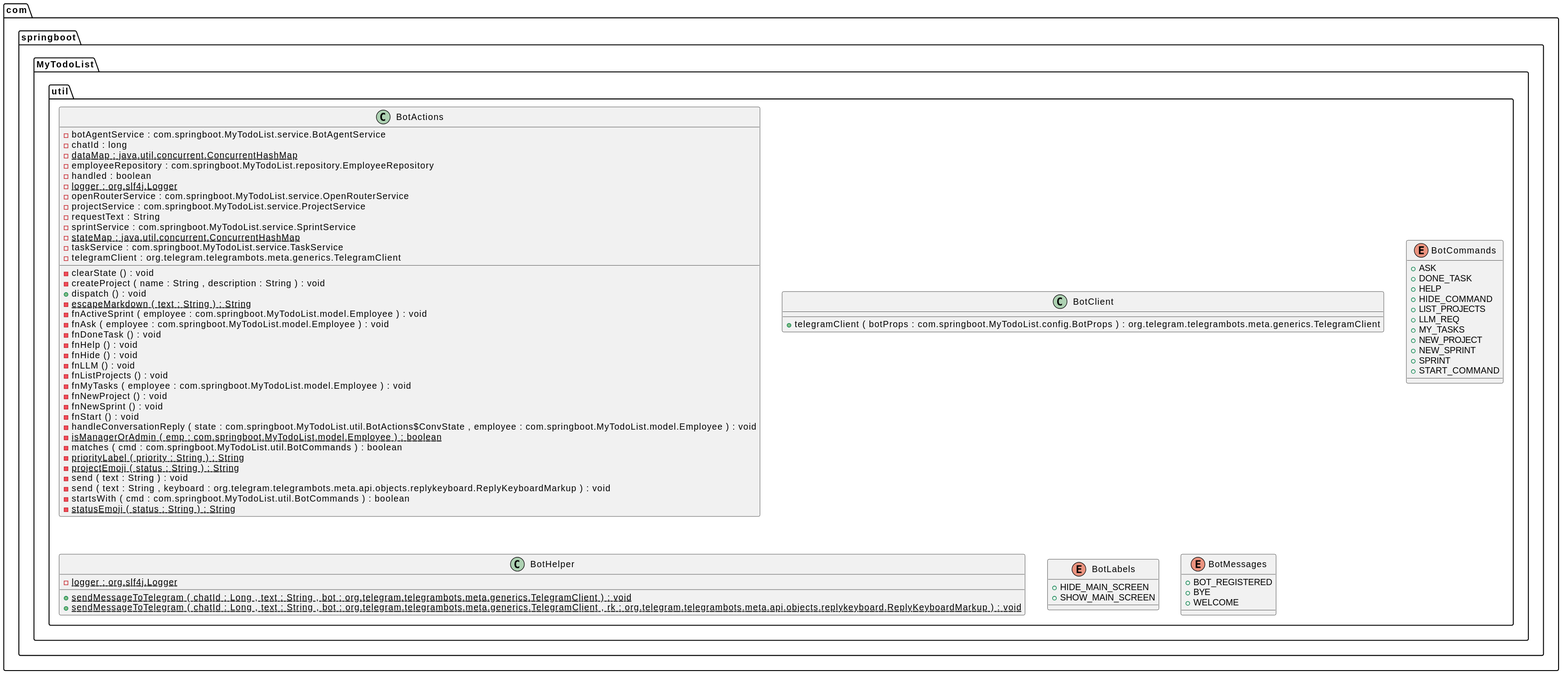
Above: docs/diagrams/util.svg in DaifMX/ITESM_Oracle_OCI (PlantUML), before the change. Its diagram source:
```plantuml
@startuml
class com.springboot.MyTodoList.util.BotActions {
	{field} -botAgentService : com.springboot.MyTodoList.service.BotAgentService
	{field} -chatId : long
	{field} {static} -dataMap : java.util.concurrent.ConcurrentHashMap
	{field} -employeeRepository : com.springboot.MyTodoList.repository.EmployeeRepository
	{field} -handled : boolean
	{field} {static} -logger : org.slf4j.Logger
	{field} -openRouterService : com.springboot.MyTodoList.service.OpenRouterService
	{field} -projectService : com.springboot.MyTodoList.service.ProjectService
	{field} -requestText : String
	{field} -sprintService : com.springboot.MyTodoList.service.SprintService
	{field} {static} -stateMap : java.util.concurrent.ConcurrentHashMap
	{field} -taskService : com.springboot.MyTodoList.service.TaskService
	{field} -telegramClient : org.telegram.telegrambots.meta.generics.TelegramClient
	{method} -clearState () : void
	{method} -createProject ( name : String , description : String ) : void
	{method} +dispatch () : void
	{method}  {static} -escapeMarkdown ( text : String ) : String
	{method} -fnActiveSprint ( employee : com.springboot.MyTodoList.model.Employee ) : void
	{method} -fnAsk ( employee : com.springboot.MyTodoList.model.Employee ) : void
	{method} -fnDoneTask () : void
	{method} -fnHelp () : void
	{method} -fnHide () : void
	{method} -fnLLM () : void
	{method} -fnListProjects () : void
	{method} -fnMyTasks ( employee : com.springboot.MyTodoList.model.Employee ) : void
	{method} -fnNewProject () : void
	{method} -fnNewSprint () : void
	{method} -fnStart () : void
	{method} -handleConversationReply ( state : com.springboot.MyTodoList.util.BotActions$ConvState , employee : com.springboot.MyTodoList.model.Employee ) : void
	{method}  {static} -isManagerOrAdmin ( emp : com.springboot.MyTodoList.model.Employee ) : boolean
	{method} -matches ( cmd : com.springboot.MyTodoList.util.BotCommands ) : boolean
	{method}  {static} -priorityLabel ( priority : String ) : String
	{method}  {static} -projectEmoji ( status : String ) : String
	{method} -send ( text : String ) : void
	{method} -send ( text : String , keyboard : org.telegram.telegrambots.meta.api.objects.replykeyboard.ReplyKeyboardMarkup ) : void
	{method} -startsWith ( cmd : com.springboot.MyTodoList.util.BotCommands ) : boolean
	{method}  {static} -statusEmoji ( status : String ) : String
}


class com.springboot.MyTodoList.util.BotClient {
	{method} +telegramClient ( botProps : com.springboot.MyTodoList.config.BotProps ) : org.telegram.telegrambots.meta.generics.TelegramClient
}


enum com.springboot.MyTodoList.util.BotCommands {
	{field} +ASK
	{field} +DONE_TASK
	{field} +HELP
	{field} +HIDE_COMMAND
	{field} +LIST_PROJECTS
	{field} +LLM_REQ
	{field} +MY_TASKS
	{field} +NEW_PROJECT
	{field} +NEW_SPRINT
	{field} +SPRINT
	{field} +START_COMMAND
}


class com.springboot.MyTodoList.util.BotHelper {
	{field} {static} -logger : org.slf4j.Logger
	{method}  {static} +sendMessageToTelegram ( chatId : Long , text : String , bot : org.telegram.telegrambots.meta.generics.TelegramClient ) : void
	{method}  {static} +sendMessageToTelegram ( chatId : Long , text : String , bot : org.telegram.telegrambots.meta.generics.TelegramClient , rk : org.telegram.telegrambots.meta.api.objects.replykeyboard.ReplyKeyboardMarkup ) : void
}


enum com.springboot.MyTodoList.util.BotLabels {
	{field} +HIDE_MAIN_SCREEN
	{field} +SHOW_MAIN_SCREEN
}


enum com.springboot.MyTodoList.util.BotMessages {
	{field} +BOT_REGISTERED
	{field} +BYE
	{field} +WELCOME
}
@enduml
```
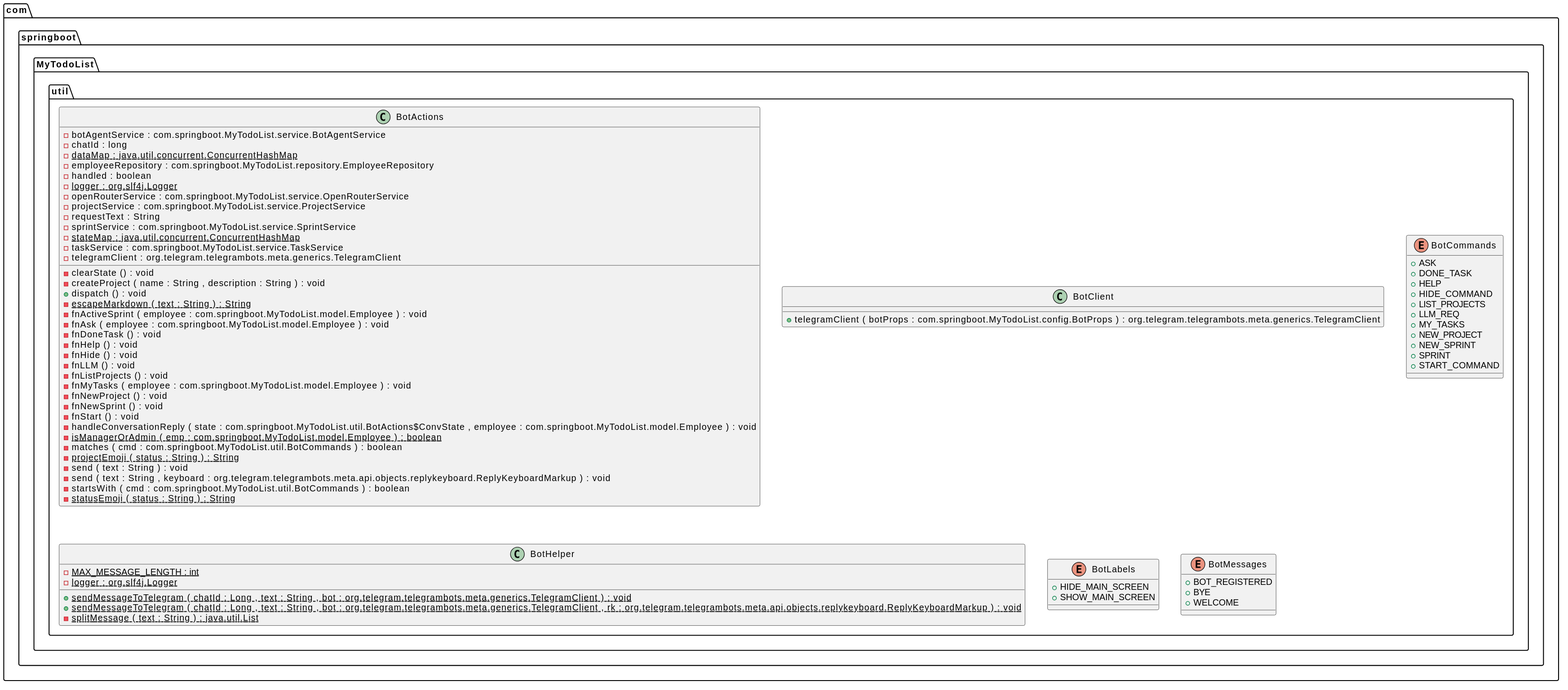
The same file after the commit.

Commit message:
Auto-update UML diagrams

Change to the diagram source:
```diff
@@ -31,7 +31,6 @@
 	{method} -handleConversationReply ( state : com.springboot.MyTodoList.util.BotActions$ConvState , employee : com.springboot.MyTodoList.model.Employee ) : void
 	{method}  {static} -isManagerOrAdmin ( emp : com.springboot.MyTodoList.model.Employee ) : boolean
 	{method} -matches ( cmd : com.springboot.MyTodoList.util.BotCommands ) : boolean
-	{method}  {static} -priorityLabel ( priority : String ) : String
 	{method}  {static} -projectEmoji ( status : String ) : String
 	{method} -send ( text : String ) : void
 	{method} -send ( text : String , keyboard : org.telegram.telegrambots.meta.api.objects.replykeyboard.ReplyKeyboardMarkup ) : void
@@ -61,9 +60,11 @@
 
 
 class com.springboot.MyTodoList.util.BotHelper {
+	{field} {static} -MAX_MESSAGE_LENGTH : int
 	{field} {static} -logger : org.slf4j.Logger
 	{method}  {static} +sendMessageToTelegram ( chatId : Long , text : String , bot : org.telegram.telegrambots.meta.generics.TelegramClient ) : void
 	{method}  {static} +sendMessageToTelegram ( chatId : Long , text : String , bot : org.telegram.telegrambots.meta.generics.TelegramClient , rk : org.telegram.telegrambots.meta.api.objects.replykeyboard.ReplyKeyboardMarkup ) : void
+	{method}  {static} -splitMessage ( text : String ) : java.util.List
 }
 
 
```
